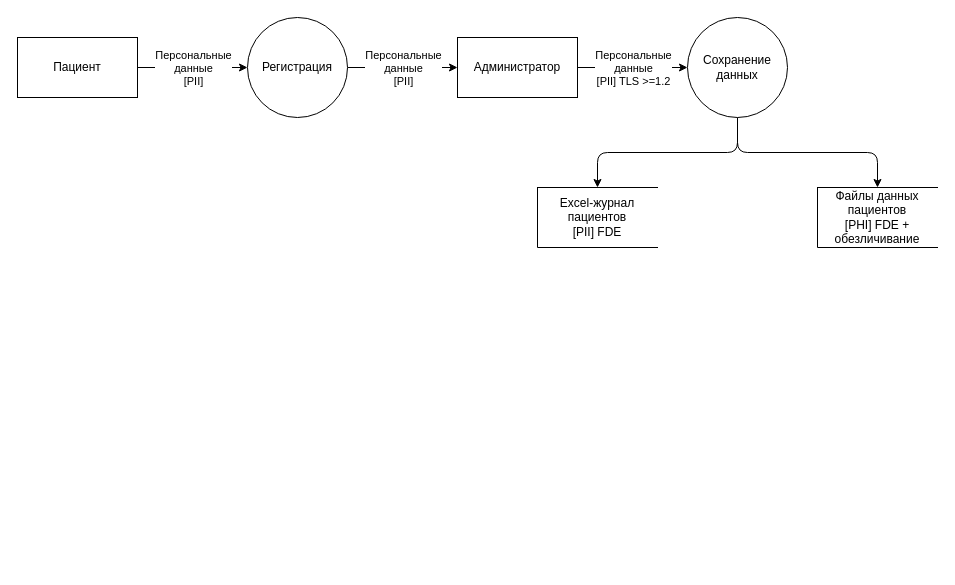
Above: Task1/3_dfd_регистрация_пациента.drawio in rmd-practicum/architecture-medikamente (draw.io), before the change. Source tidied: cells renumbered, new cells numbered last; positions are measured from the earlier drawing's top-left corner, leaving out a move shared by most shapes. Both pictures are drawn from the tidied source at 100%, with x=0, y=0 at pixel (17, 17).
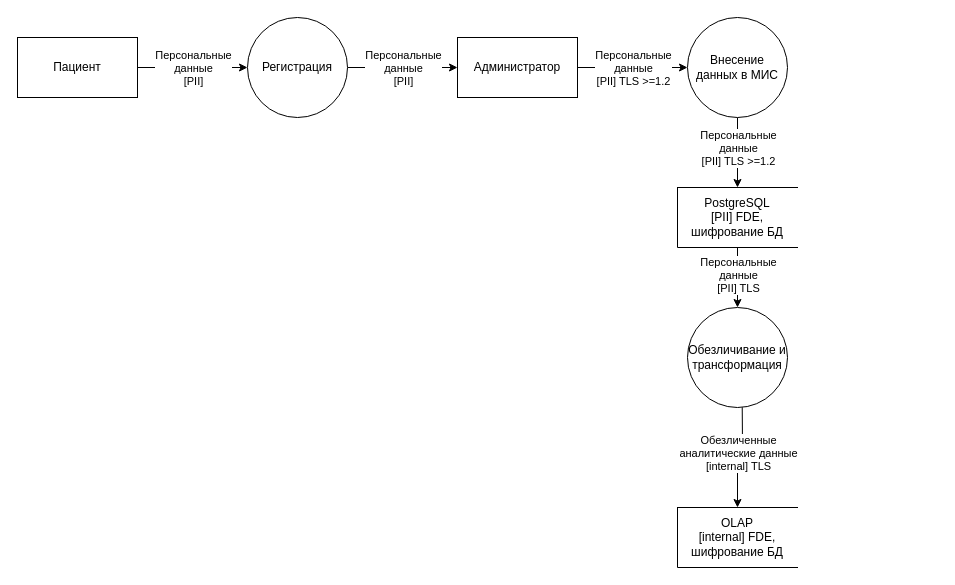
The same diagram, later.

Unchanged cells that the change refers to:
```xml
<mxCell id="11" style="edgeStyle=orthogonalEdgeStyle;shape=connector;curved=0;rounded=1;jumpStyle=arc;jettySize=auto;html=1;exitX=0.5;exitY=1;exitDx=0;exitDy=0;entryX=0.5;entryY=0;entryDx=0;entryDy=0;strokeColor=default;align=center;verticalAlign=middle;fontFamily=Helvetica;fontSize=11;fontColor=default;labelBackgroundColor=default;defaultLabelBackgroundColor=page;endArrow=classic;" parent="1" edge="1" source="13" target="14">
  <mxGeometry relative="1" as="geometry" />
</mxCell>
```

The edit, as a diff of the source:
```diff
@@
-    <mxCell id="12" style="edgeStyle=orthogonalEdgeStyle;shape=connector;curved=0;rounded=1;jumpStyle=arc;jettySize=auto;html=1;exitX=0.5;exitY=1;exitDx=0;exitDy=0;entryX=0.5;entryY=0;entryDx=0;entryDy=0;strokeColor=default;align=center;verticalAlign=middle;fontFamily=Helvetica;fontSize=11;fontColor=default;labelBackgroundColor=default;defaultLabelBackgroundColor=page;endArrow=classic;" parent="1" edge="1" source="13" target="15">
-      <mxGeometry relative="1" as="geometry" />
-    </mxCell>
+    <mxCell id="16" value="Персональные&lt;div&gt;данные&lt;/div&gt;&lt;div&gt;[PII] TLS &amp;gt;=1.2&lt;/div&gt;" style="edgeLabel;html=1;align=center;verticalAlign=middle;inheritText=1;defaultLabelBackgroundColor=page;" parent="11" vertex="1">
+      <mxGeometry x="-0.14" relative="1" as="geometry" />
+    </mxCell>
-    <mxCell id="13" value="Сохранение&lt;div&gt;данных&lt;/div&gt;" style="shape=ellipse;html=1;dashed=0;whiteSpace=wrap;perimeter=ellipsePerimeter;" parent="1" vertex="1">
+    <mxCell id="13" value="Внесение&lt;div&gt;данных в МИС&lt;/div&gt;" style="shape=ellipse;html=1;dashed=0;whiteSpace=wrap;perimeter=ellipsePerimeter;" parent="1" vertex="1">
       <mxGeometry x="670" width="100" height="100" as="geometry" />
     </mxCell>
+    <mxCell id="17" style="edgeStyle=orthogonalEdgeStyle;shape=connector;curved=0;rounded=1;jumpStyle=arc;jettySize=auto;html=1;exitX=0.5;exitY=1;exitDx=0;exitDy=0;entryX=0.5;entryY=0;entryDx=0;entryDy=0;strokeColor=default;align=center;verticalAlign=middle;fontFamily=Helvetica;fontSize=11;fontColor=default;labelBackgroundColor=default;defaultLabelBackgroundColor=page;endArrow=classic;" parent="1" edge="1" source="14" target="22">
+      <mxGeometry relative="1" as="geometry" />
+    </mxCell>
+    <mxCell id="18" value="Персональные&lt;div&gt;данные&lt;/div&gt;&lt;div&gt;[PII] TLS&lt;/div&gt;" style="edgeLabel;html=1;align=center;verticalAlign=middle;inheritText=1;defaultLabelBackgroundColor=page;" parent="17" vertex="1">
+      <mxGeometry x="-0.1" relative="1" as="geometry" />
+    </mxCell>
-    <mxCell id="14" value="Excel-журнал&lt;div&gt;пациентов&lt;/div&gt;&lt;div&gt;[PII] FDE&lt;/div&gt;" style="html=1;dashed=0;whiteSpace=wrap;shape=partialRectangle;right=0;" parent="1" vertex="1">
-      <mxGeometry x="520" y="170" width="120" height="60" as="geometry" />
+    <mxCell id="14" value="PostgreSQL&lt;br&gt;&lt;div&gt;[PII] FDE, шифрование БД&lt;/div&gt;" style="html=1;dashed=0;whiteSpace=wrap;shape=partialRectangle;right=0;" parent="1" vertex="1">
+      <mxGeometry x="660" y="170" width="120" height="60" as="geometry" />
     </mxCell>
-    <mxCell id="15" value="Файлы данных пациентов&lt;div&gt;[PHI] FDE + обезличивание&lt;/div&gt;" style="html=1;dashed=0;whiteSpace=wrap;shape=partialRectangle;right=0;" parent="1" vertex="1">
-      <mxGeometry x="800" y="170" width="120" height="60" as="geometry" />
-    </mxCell>
+    <mxCell id="19" value="OLAP&lt;div&gt;[internal] FDE, шифрование БД&lt;/div&gt;" style="html=1;dashed=0;whiteSpace=wrap;shape=partialRectangle;right=0;" parent="1" vertex="1">
+      <mxGeometry x="660" y="490" width="120" height="60" as="geometry" />
+    </mxCell>
+    <mxCell id="20" style="edgeStyle=orthogonalEdgeStyle;shape=connector;curved=0;rounded=1;jumpStyle=arc;jettySize=auto;html=1;exitX=0.5;exitY=1;exitDx=0;exitDy=0;entryX=0.5;entryY=0;entryDx=0;entryDy=0;strokeColor=default;align=center;verticalAlign=middle;fontFamily=Helvetica;fontSize=11;fontColor=default;labelBackgroundColor=default;defaultLabelBackgroundColor=page;endArrow=classic;" parent="1" edge="1" target="19">
+      <mxGeometry x="0.54" relative="1" as="geometry">
+        <mxPoint x="724.5" y="360" as="sourcePoint" />
+      </mxGeometry>
+    </mxCell>
+    <mxCell id="21" value="Обезличенные&lt;div&gt;аналитические данные&lt;/div&gt;&lt;div&gt;[internal] TLS&lt;/div&gt;" style="edgeLabel;html=1;align=center;verticalAlign=middle;inheritText=1;defaultLabelBackgroundColor=page;" parent="20" vertex="1">
+      <mxGeometry x="0.57" relative="1" as="geometry">
+        <mxPoint y="-25" as="offset" />
+      </mxGeometry>
+    </mxCell>
+    <mxCell id="22" value="Обезличивание и трансформация" style="shape=ellipse;html=1;dashed=0;whiteSpace=wrap;perimeter=ellipsePerimeter;" parent="1" vertex="1">
+      <mxGeometry x="670" y="290" width="100" height="100" as="geometry" />
+    </mxCell>
```
